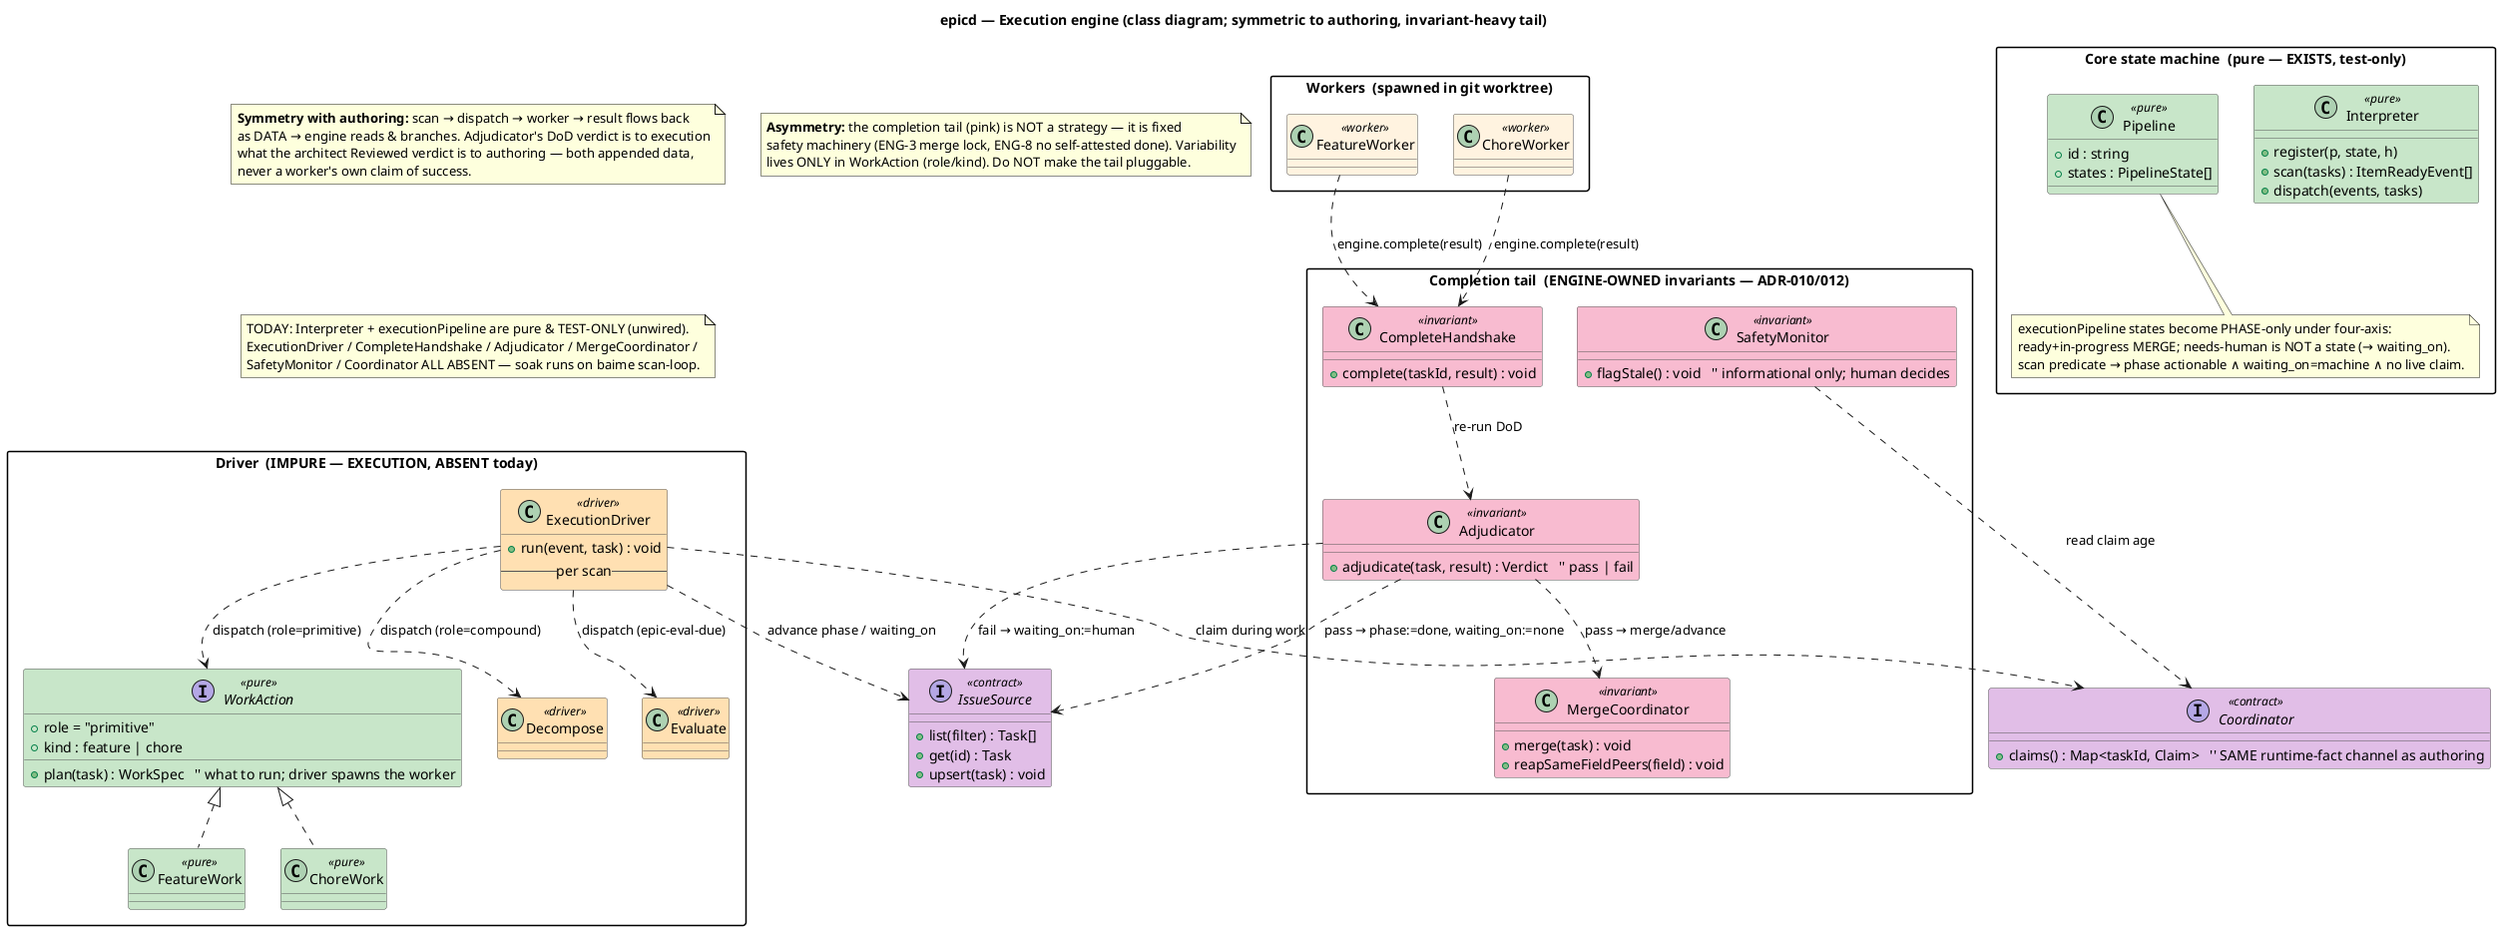
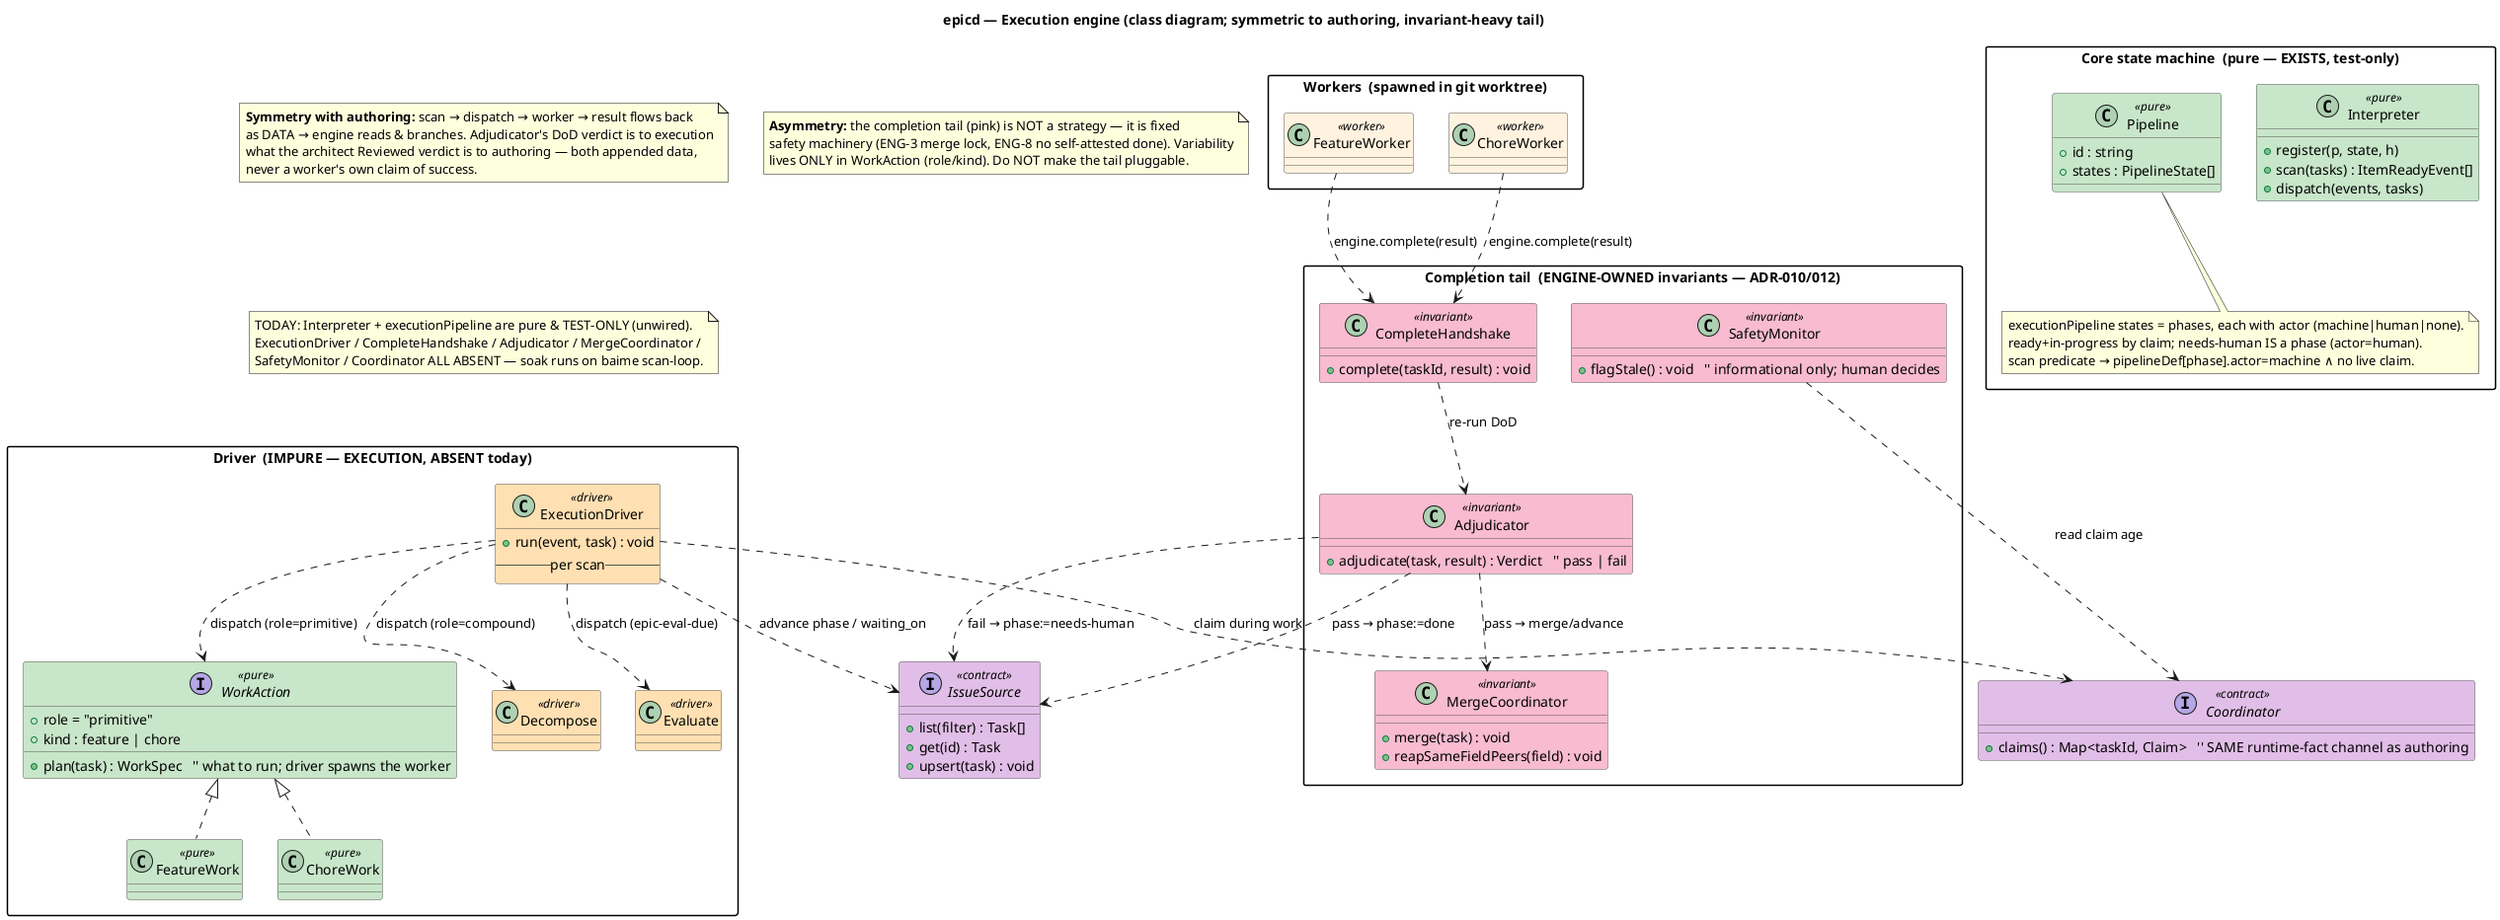
@startuml epicd-execution-class
' epicd — Execution CLASS diagram (symmetric to authoring-refine-class.puml).
' KEY ASYMMETRY (a real finding): authoring is STRATEGY-heavy (policy varies by kind);
' execution is INVARIANT-heavy — the completion tail (complete→adjudicate→merge) is
' engine-owned safety machinery (ADR-010/012), NOT pluggable. Only the WORK action
' is dispatched by role/kind.
' Today: interpreter.ts + pipeline.ts exist (pure, TEST-ONLY); everything else ABSENT.

skinparam backgroundColor #FFFFFF
skinparam shadowing false
skinparam class {
  BorderColor #555555
  BackgroundColor #E8F0FE
  BackgroundColor<<pure>> #C8E6C9
  BackgroundColor<<driver>> #FFE0B2
  BackgroundColor<<worker>> #FFF3E0
  BackgroundColor<<invariant>> #F8BBD0
  BackgroundColor<<contract>> #E1BEE7
}
skinparam packageStyle rectangle

title epicd — Execution engine (class diagram; symmetric to authoring, invariant-heavy tail)

' ===================== CORE (pure, exists today) =====================
package "Core state machine  (pure — EXISTS, test-only)" {
  class Interpreter <<pure>> {
    +register(p, state, h)
    +scan(tasks) : ItemReadyEvent[]
    +dispatch(events, tasks)
  }
  class Pipeline <<pure>> {
    +id : string
    +states : PipelineState[]
  }
  note bottom of Pipeline
-     executionPipeline states become PHASE-only under four-axis:
-     ready+in-progress MERGE; needs-human is NOT a state (→ waiting_on).
-     scan predicate → phase actionable ∧ waiting_on=machine ∧ no live claim.
+     executionPipeline states = phases, each with actor (machine|human|none).
+     ready+in-progress by claim; needs-human IS a phase (actor=human).
+     scan predicate → pipelineDef[phase].actor=machine ∧ no live claim.
  end note
}

' ===================== DRIVER (impure — dispatches work by role/kind) =====================
package "Driver  (IMPURE — EXECUTION, ABSENT today)" {
  class ExecutionDriver <<driver>> {
    '' Handler registered at (execution, actionable phase)
    +run(event, task) : void
    -- per scan --
    '' 1. claim(task) via Coordinator (stale-safe)
    '' 2. dispatch by role:
    ''      primitive → WorkAction (by kind) in a git worktree
    ''      compound  → Decompose | Evaluate
    '' 3. hand result to the INVARIANT tail (below)
  }
  interface WorkAction <<pure>> {
    +role = "primitive"
    +kind : feature | chore
    +plan(task) : WorkSpec   '' what to run; driver spawns the worker
  }
  class FeatureWork <<pure>> {
    '' implement in worktree; DoD = tests
  }
  class ChoreWork <<pure>> {
    '' run checklist; non-coding
  }
  class Decompose <<driver>> {
    '' compound: create children ⇒ role flips primitive→compound
  }
  class Evaluate <<driver>> {
    '' compound: all children terminal → verdict
  }
  WorkAction <|.. FeatureWork
  WorkAction <|.. ChoreWork
  ExecutionDriver ..> WorkAction : dispatch (role=primitive)
  ExecutionDriver ..> Decompose : dispatch (role=compound)
  ExecutionDriver ..> Evaluate  : dispatch (epic-eval-due)
}

' ===================== WORKERS (spawned in worktree, Plane 2) =====================
package "Workers  (spawned in git worktree)" {
  class FeatureWorker <<worker>> {
    '' Claude Code: implements; calls engine.complete(result) — MAY NOT self-write done
  }
  class ChoreWorker <<worker>> {
    '' Claude Code: runs checklist; calls engine.complete(result)
  }
}

' ===================== INVARIANT TAIL (engine-owned, NOT pluggable) =====================
package "Completion tail  (ENGINE-OWNED invariants — ADR-010/012)" {
  class CompleteHandshake <<invariant>> {
    '' engine.complete(taskId, result): the ONLY done path
    +complete(taskId, result) : void
  }
  class Adjudicator <<invariant>> {
    '' ENG-8: engine RE-RUNS DoD; worker verdict is NOT trusted
    +adjudicate(task, result) : Verdict   '' pass | fail
  }
  class MergeCoordinator <<invariant>> {
    '' ENG-3: single merge lock (proper-lockfile); advance state
    +merge(task) : void
    +reapSameFieldPeers(field) : void
  }
  class SafetyMonitor <<invariant>> {
    '' stale-in-progress = waiting_on=machine ∧ claim timed out
    +flagStale() : void   '' informational only; human decides
  }
  CompleteHandshake ..> Adjudicator : re-run DoD
  Adjudicator ..> MergeCoordinator : pass → merge/advance
}

' ===================== CONTRACTS (shared with authoring) =====================
interface IssueSource <<contract>> {
  +list(filter) : Task[]
  +get(id) : Task
  +upsert(task) : void
}
interface Coordinator <<contract>> {
  +claims() : Map<taskId, Claim>   '' SAME runtime-fact channel as authoring
}

ExecutionDriver ..> Coordinator : claim during work
ExecutionDriver ..> IssueSource : advance phase / waiting_on
FeatureWorker ..> CompleteHandshake : engine.complete(result)
ChoreWorker ..> CompleteHandshake : engine.complete(result)
- Adjudicator ..> IssueSource : pass → phase:=done, waiting_on:=none
- Adjudicator ..> IssueSource : fail → waiting_on:=human
+ Adjudicator ..> IssueSource : pass → phase:=done
+ Adjudicator ..> IssueSource : fail → phase:=needs-human
SafetyMonitor ..> Coordinator : read claim age

' ===================== NOTES =====================
note as N_symmetry
  **Symmetry with authoring:** scan → dispatch → worker → result flows back
  as DATA → engine reads & branches. Adjudicator's DoD verdict is to execution
  what the architect Reviewed verdict is to authoring — both appended data,
  never a worker's own claim of success.
end note
note as N_asymmetry
  **Asymmetry:** the completion tail (pink) is NOT a strategy — it is fixed
  safety machinery (ENG-3 merge lock, ENG-8 no self-attested done). Variability
  lives ONLY in WorkAction (role/kind). Do NOT make the tail pluggable.
end note
note as N_today
  TODAY: Interpreter + executionPipeline are pure & TEST-ONLY (unwired).
  ExecutionDriver / CompleteHandshake / Adjudicator / MergeCoordinator /
  SafetyMonitor / Coordinator ALL ABSENT — soak runs on baime scan-loop.
end note

@enduml
